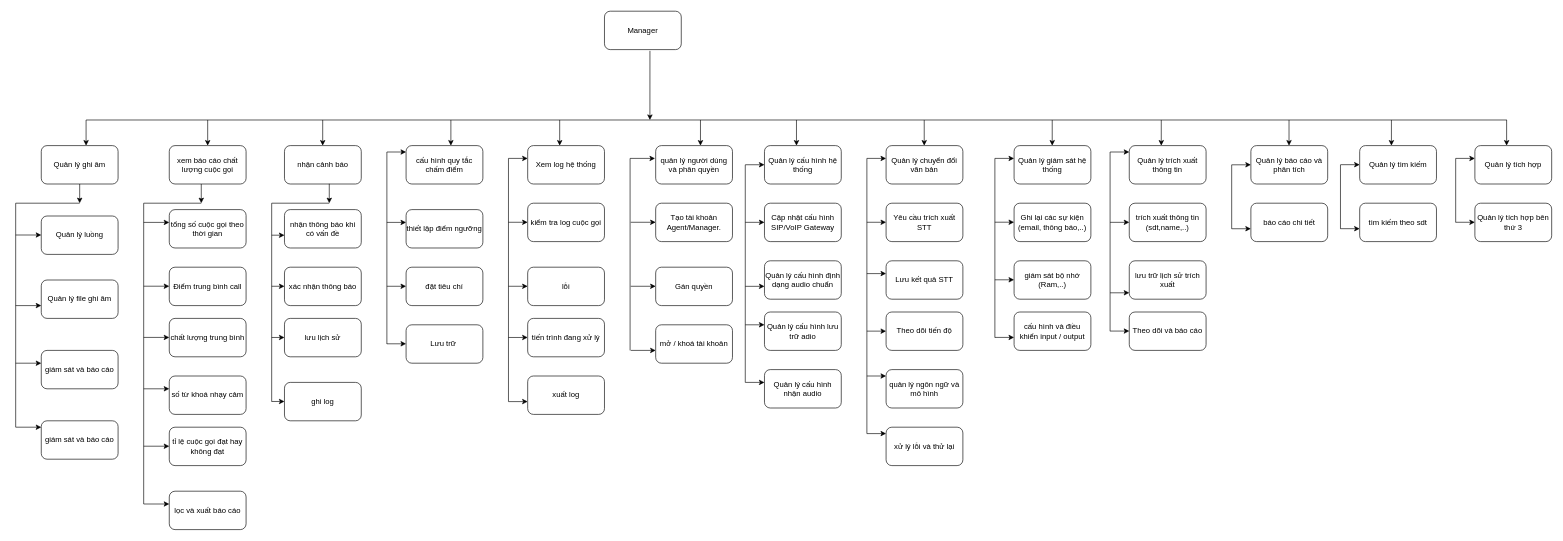
vuongnd03/black-had keeps this draw.io diagram as dactachucnangcalldesk.drawio. Above is the earlier version. Source tidied: cells renumbered, new cells numbered last; positions are measured from the earlier drawing's top-left corner, leaving out a move shared by most shapes. Both pictures are drawn from the tidied source at 64%, with x=0, y=0 at pixel (15, 11).
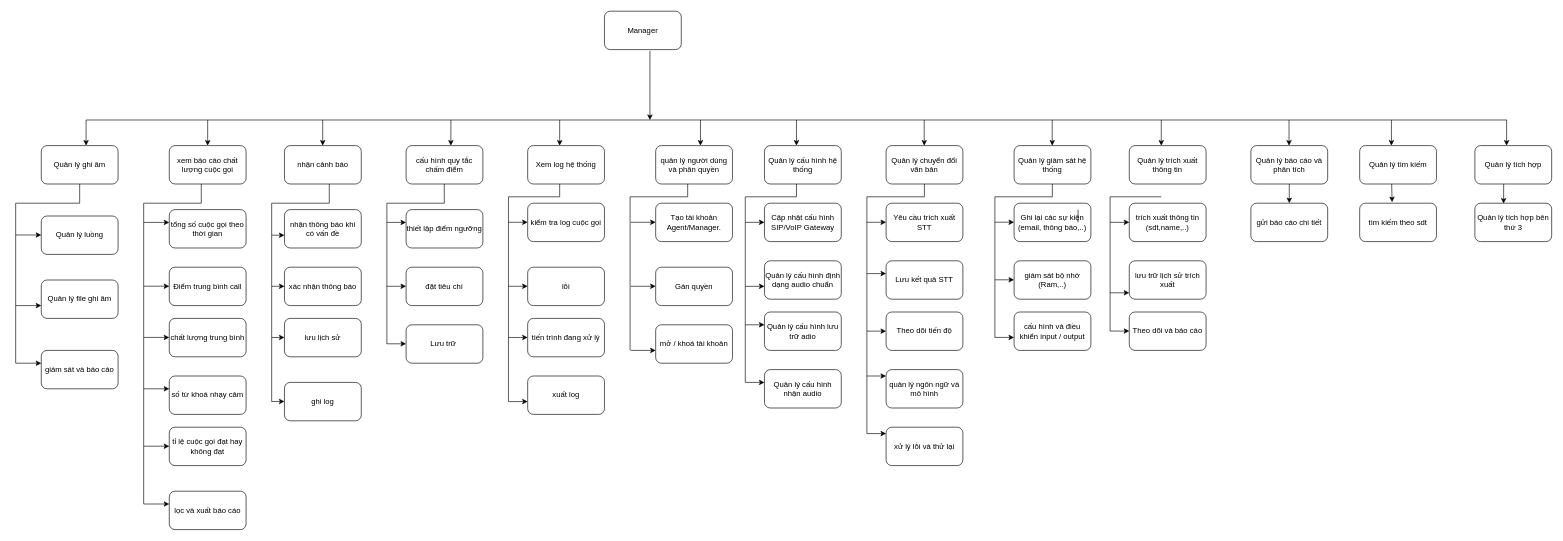
Above is the later version.

Unchanged cells that the change refers to:
```xml
<mxCell id="109" value="Quản lý ghi âm" style="rounded=1;whiteSpace=wrap;html=1;" parent="1" vertex="1">
  <mxGeometry x="40" y="210" width="120" height="60" as="geometry" />
</mxCell>
<mxCell id="127" value="tìm kiếm theo sdt" style="rounded=1;whiteSpace=wrap;html=1;" parent="1" vertex="1">
  <mxGeometry x="2100" y="300" width="120" height="60" as="geometry" />
</mxCell>
<mxCell id="130" value="Quản lý tích hợp bên thứ 3" style="rounded=1;whiteSpace=wrap;html=1;" parent="1" vertex="1">
  <mxGeometry x="2280" y="300" width="120" height="60" as="geometry" />
</mxCell>
```

The edit, as a diff of the source:
```diff
@@
-    <mxCell id="18" style="endArrow=classic;html=1;rounded=0;" parent="1" edge="1">
-      <mxGeometry relative="1" as="geometry">
-        <mxPoint x="290" y="270" as="sourcePoint" />
-        <mxPoint x="290" y="300" as="targetPoint" />
-      </mxGeometry>
-    </mxCell>
@@
-    <mxCell id="27" style="endArrow=classic;html=1;rounded=0;" parent="1" edge="1">
-      <mxGeometry relative="1" as="geometry">
-        <mxPoint x="490" y="269.7" as="sourcePoint" />
-        <mxPoint x="490" y="300" as="targetPoint" />
-      </mxGeometry>
-    </mxCell>
@@
     <mxCell id="36" style="endArrow=none;html=1;rounded=0;" parent="1" edge="1">
       <mxGeometry relative="1" as="geometry">
         <mxPoint x="580" y="520" as="sourcePoint" />
-        <mxPoint x="580" y="220" as="targetPoint" />
+        <mxPoint x="580" y="300" as="targetPoint" />
       </mxGeometry>
     </mxCell>
-    <mxCell id="37" style="endArrow=classic;html=1;rounded=0;" parent="1" edge="1">
-      <mxGeometry relative="1" as="geometry">
-        <mxPoint x="580" y="220" as="sourcePoint" />
-        <mxPoint x="610" y="220" as="targetPoint" />
-      </mxGeometry>
-    </mxCell>
@@
     <mxCell id="40" style="endArrow=none;html=1;rounded=0;" parent="1" edge="1">
       <mxGeometry relative="1" as="geometry">
         <mxPoint x="770" y="610" as="sourcePoint" />
-        <mxPoint x="770" y="230" as="targetPoint" />
+        <mxPoint x="770" y="290" as="targetPoint" />
       </mxGeometry>
     </mxCell>
-    <mxCell id="41" style="endArrow=classic;html=1;rounded=0;" parent="1" edge="1">
-      <mxGeometry relative="1" as="geometry">
-        <mxPoint x="770" y="230" as="sourcePoint" />
-        <mxPoint x="800" y="230" as="targetPoint" />
-      </mxGeometry>
-    </mxCell>
@@
     <mxCell id="55" style="endArrow=none;html=1;rounded=0;" parent="1" edge="1">
       <mxGeometry relative="1" as="geometry">
         <mxPoint x="960" y="530" as="sourcePoint" />
-        <mxPoint x="960" y="230" as="targetPoint" />
+        <mxPoint x="960" y="290" as="targetPoint" />
       </mxGeometry>
     </mxCell>
-    <mxCell id="56" style="endArrow=classic;html=1;rounded=0;" parent="1" edge="1">
-      <mxGeometry relative="1" as="geometry">
-        <mxPoint x="960" y="230" as="sourcePoint" />
-        <mxPoint x="999" y="230" as="targetPoint" />
-      </mxGeometry>
-    </mxCell>
@@
     <mxCell id="80" style="endArrow=none;html=1;rounded=0;" parent="1" edge="1">
       <mxGeometry relative="1" as="geometry">
         <mxPoint x="1140" y="580" as="sourcePoint" />
-        <mxPoint x="1140" y="240" as="targetPoint" />
+        <mxPoint x="1140" y="290" as="targetPoint" />
       </mxGeometry>
     </mxCell>
-    <mxCell id="81" style="endArrow=classic;html=1;rounded=0;entryX=0;entryY=0.667;entryDx=0;entryDy=0;entryPerimeter=0;" parent="1" edge="1">
-      <mxGeometry relative="1" as="geometry">
-        <mxPoint x="1140" y="239.9" as="sourcePoint" />
-        <mxPoint x="1170" y="239.9" as="targetPoint" />
-      </mxGeometry>
-    </mxCell>
@@
     <mxCell id="86" style="endArrow=none;html=1;rounded=0;" parent="1" edge="1">
       <mxGeometry relative="1" as="geometry">
         <mxPoint x="1330" y="660" as="sourcePoint" />
-        <mxPoint x="1330" y="230" as="targetPoint" />
+        <mxPoint x="1330" y="290" as="targetPoint" />
       </mxGeometry>
     </mxCell>
-    <mxCell id="87" style="endArrow=classic;html=1;rounded=0;entryX=0;entryY=0.667;entryDx=0;entryDy=0;entryPerimeter=0;" parent="1" edge="1">
-      <mxGeometry relative="1" as="geometry">
-        <mxPoint x="1330" y="230" as="sourcePoint" />
-        <mxPoint x="1360" y="230" as="targetPoint" />
-      </mxGeometry>
-    </mxCell>
@@
     <mxCell id="96" style="endArrow=none;html=1;rounded=0;" parent="1" edge="1">
       <mxGeometry relative="1" as="geometry">
         <mxPoint x="1530" y="510" as="sourcePoint" />
-        <mxPoint x="1530" y="230" as="targetPoint" />
+        <mxPoint x="1530" y="290" as="targetPoint" />
       </mxGeometry>
     </mxCell>
-    <mxCell id="97" style="endArrow=classic;html=1;rounded=0;entryX=0;entryY=0.667;entryDx=0;entryDy=0;entryPerimeter=0;" parent="1" edge="1">
-      <mxGeometry relative="1" as="geometry">
-        <mxPoint x="1530" y="230" as="sourcePoint" />
-        <mxPoint x="1560" y="230" as="targetPoint" />
-      </mxGeometry>
-    </mxCell>
@@
     <mxCell id="105" style="endArrow=none;html=1;rounded=0;" parent="1" edge="1">
       <mxGeometry relative="1" as="geometry">
         <mxPoint x="1710" y="500" as="sourcePoint" />
-        <mxPoint x="1710" y="220" as="targetPoint" />
+        <mxPoint x="1710" y="290" as="targetPoint" />
       </mxGeometry>
     </mxCell>
-    <mxCell id="106" style="endArrow=classic;html=1;rounded=0;entryX=0;entryY=0.667;entryDx=0;entryDy=0;entryPerimeter=0;" parent="1" edge="1">
-      <mxGeometry relative="1" as="geometry">
-        <mxPoint x="1710" y="220" as="sourcePoint" />
-        <mxPoint x="1740" y="220" as="targetPoint" />
-      </mxGeometry>
-    </mxCell>
@@
     <mxCell id="113" style="endArrow=none;html=1;rounded=0;" parent="1" edge="1">
       <mxGeometry relative="1" as="geometry">
-        <mxPoint y="650" as="sourcePoint" />
+        <mxPoint y="550" as="sourcePoint" />
         <mxPoint y="300" as="targetPoint" />
       </mxGeometry>
     </mxCell>
-    <mxCell id="114" style="endArrow=classic;html=1;rounded=0;exitX=0.5;exitY=1;exitDx=0;exitDy=0;" parent="1" edge="1" source="109">
-      <mxGeometry relative="1" as="geometry">
-        <mxPoint x="100" y="300" as="targetPoint" />
-      </mxGeometry>
-    </mxCell>
@@
-    <mxCell id="119" value="giám sát và báo cáo" style="rounded=1;whiteSpace=wrap;html=1;" parent="1" vertex="1">
-      <mxGeometry x="40" y="640" width="120" height="60" as="geometry" />
-    </mxCell>
-    <mxCell id="120" style="endArrow=classic;html=1;rounded=0;" parent="1" edge="1">
-      <mxGeometry relative="1" as="geometry">
-        <mxPoint y="650" as="sourcePoint" />
-        <mxPoint x="40" y="650" as="targetPoint" />
-      </mxGeometry>
-    </mxCell>
@@
-    <mxCell id="124" value="báo cáo chi tiết" style="rounded=1;whiteSpace=wrap;html=1;" parent="1" vertex="1">
+    <mxCell id="124" value="gửi báo cáo chi tiết" style="rounded=1;whiteSpace=wrap;html=1;" parent="1" vertex="1">
       <mxGeometry x="1930" y="300" width="120" height="60" as="geometry" />
     </mxCell>
@@
-    <mxCell id="132" style="endArrow=none;html=1;rounded=0;" parent="1" edge="1">
-      <mxGeometry relative="1" as="geometry">
-        <mxPoint x="1900" y="340" as="sourcePoint" />
-        <mxPoint x="1900" y="240" as="targetPoint" />
-      </mxGeometry>
-    </mxCell>
-    <mxCell id="133" style="endArrow=classic;html=1;rounded=0;" parent="1" edge="1">
+    <mxCell id="133" style="endArrow=classic;html=1;rounded=0;entryX=0.5;entryY=0;entryDx=0;entryDy=0;" parent="1" edge="1" target="124">
       <mxGeometry relative="1" as="geometry">
-        <mxPoint x="1900" y="240" as="sourcePoint" />
-        <mxPoint x="1930" y="240" as="targetPoint" />
+        <mxPoint x="1990" y="270" as="sourcePoint" />
       </mxGeometry>
     </mxCell>
-    <mxCell id="134" style="endArrow=classic;html=1;rounded=0;" parent="1" edge="1">
-      <mxGeometry relative="1" as="geometry">
-        <mxPoint x="1900" y="339.9" as="sourcePoint" />
-        <mxPoint x="1930" y="339.9" as="targetPoint" />
-      </mxGeometry>
-    </mxCell>
-    <mxCell id="135" style="endArrow=none;html=1;rounded=0;" parent="1" edge="1">
-      <mxGeometry relative="1" as="geometry">
-        <mxPoint x="2070" y="340" as="sourcePoint" />
-        <mxPoint x="2070" y="240" as="targetPoint" />
-      </mxGeometry>
-    </mxCell>
-    <mxCell id="136" style="endArrow=classic;html=1;rounded=0;" parent="1" edge="1">
+    <mxCell id="136" style="endArrow=classic;html=1;rounded=0;entryX=0.422;entryY=-0.028;entryDx=0;entryDy=0;entryPerimeter=0;" parent="1" edge="1" target="127">
       <mxGeometry relative="1" as="geometry">
-        <mxPoint x="2070" y="239.8" as="sourcePoint" />
-        <mxPoint x="2100" y="239.8" as="targetPoint" />
+        <mxPoint x="2150" y="270" as="sourcePoint" />
       </mxGeometry>
     </mxCell>
-    <mxCell id="137" style="endArrow=classic;html=1;rounded=0;" parent="1" edge="1">
-      <mxGeometry relative="1" as="geometry">
-        <mxPoint x="2070" y="339.8" as="sourcePoint" />
-        <mxPoint x="2100" y="339.8" as="targetPoint" />
-      </mxGeometry>
-    </mxCell>
-    <mxCell id="138" style="endArrow=none;html=1;rounded=0;" parent="1" edge="1">
-      <mxGeometry relative="1" as="geometry">
-        <mxPoint x="2250" y="330" as="sourcePoint" />
-        <mxPoint x="2250" y="230" as="targetPoint" />
-      </mxGeometry>
-    </mxCell>
-    <mxCell id="139" style="endArrow=classic;html=1;rounded=0;" parent="1" edge="1">
+    <mxCell id="139" style="endArrow=classic;html=1;rounded=0;entryX=0.374;entryY=0.01;entryDx=0;entryDy=0;entryPerimeter=0;" parent="1" edge="1" target="130">
       <mxGeometry relative="1" as="geometry">
-        <mxPoint x="2250" y="230" as="sourcePoint" />
-        <mxPoint x="2280" y="230" as="targetPoint" />
+        <mxPoint x="2325" y="270" as="sourcePoint" />
       </mxGeometry>
     </mxCell>
-    <mxCell id="140" style="endArrow=classic;html=1;rounded=0;" parent="1" edge="1">
-      <mxGeometry relative="1" as="geometry">
-        <mxPoint x="2250" y="329.8" as="sourcePoint" />
-        <mxPoint x="2280" y="329.8" as="targetPoint" />
-      </mxGeometry>
-    </mxCell>
@@
+    <mxCell id="144" style="endArrow=none;html=1;rounded=0;" parent="1" edge="1">
+      <mxGeometry relative="1" as="geometry">
+        <mxPoint x="580" y="300" as="sourcePoint" />
+        <mxPoint x="670" y="300" as="targetPoint" />
+      </mxGeometry>
+    </mxCell>
+    <mxCell id="145" style="endArrow=none;html=1;rounded=0;" parent="1" edge="1">
+      <mxGeometry relative="1" as="geometry">
+        <mxPoint x="770" y="290" as="sourcePoint" />
+        <mxPoint x="850" y="290" as="targetPoint" />
+      </mxGeometry>
+    </mxCell>
+    <mxCell id="146" style="endArrow=none;html=1;rounded=0;" parent="1" edge="1">
+      <mxGeometry relative="1" as="geometry">
+        <mxPoint x="960" y="290" as="sourcePoint" />
+        <mxPoint x="1050" y="290" as="targetPoint" />
+      </mxGeometry>
+    </mxCell>
+    <mxCell id="147" style="endArrow=none;html=1;rounded=0;" parent="1" edge="1">
+      <mxGeometry relative="1" as="geometry">
+        <mxPoint x="1140" y="290" as="sourcePoint" />
+        <mxPoint x="1220" y="290" as="targetPoint" />
+      </mxGeometry>
+    </mxCell>
+    <mxCell id="148" style="endArrow=none;html=1;rounded=0;" parent="1" edge="1">
+      <mxGeometry relative="1" as="geometry">
+        <mxPoint x="1330" y="290" as="sourcePoint" />
+        <mxPoint x="1420" y="290" as="targetPoint" />
+      </mxGeometry>
+    </mxCell>
+    <mxCell id="149" style="endArrow=none;html=1;rounded=0;" parent="1" edge="1">
+      <mxGeometry relative="1" as="geometry">
+        <mxPoint x="1530" y="290" as="sourcePoint" />
+        <mxPoint x="1620" y="290" as="targetPoint" />
+      </mxGeometry>
+    </mxCell>
+    <mxCell id="150" style="endArrow=none;html=1;rounded=0;" parent="1" edge="1">
+      <mxGeometry relative="1" as="geometry">
+        <mxPoint x="1710" y="290" as="sourcePoint" />
+        <mxPoint x="1790" y="290" as="targetPoint" />
+      </mxGeometry>
+    </mxCell>
+    <mxCell id="151" style="endArrow=none;html=1;rounded=0;" parent="1" edge="1">
+      <mxGeometry relative="1" as="geometry">
+        <mxPoint x="100" y="300" as="sourcePoint" />
+        <mxPoint x="100" y="270" as="targetPoint" />
+      </mxGeometry>
+    </mxCell>
+    <mxCell id="152" style="endArrow=none;html=1;rounded=0;" parent="1" edge="1">
+      <mxGeometry relative="1" as="geometry">
+        <mxPoint x="290" y="300" as="sourcePoint" />
+        <mxPoint x="290" y="270" as="targetPoint" />
+      </mxGeometry>
+    </mxCell>
+    <mxCell id="153" style="endArrow=none;html=1;rounded=0;" parent="1" edge="1">
+      <mxGeometry relative="1" as="geometry">
+        <mxPoint x="490" y="300" as="sourcePoint" />
+        <mxPoint x="490" y="270" as="targetPoint" />
+      </mxGeometry>
+    </mxCell>
+    <mxCell id="154" style="endArrow=none;html=1;rounded=0;" parent="1" edge="1">
+      <mxGeometry relative="1" as="geometry">
+        <mxPoint x="669.7" y="300" as="sourcePoint" />
+        <mxPoint x="669.7" y="270" as="targetPoint" />
+      </mxGeometry>
+    </mxCell>
+    <mxCell id="155" style="endArrow=none;html=1;rounded=0;" parent="1" edge="1">
+      <mxGeometry relative="1" as="geometry">
+        <mxPoint x="850" y="290" as="sourcePoint" />
+        <mxPoint x="850" y="270" as="targetPoint" />
+      </mxGeometry>
+    </mxCell>
+    <mxCell id="156" style="endArrow=none;html=1;rounded=0;" parent="1" edge="1">
+      <mxGeometry relative="1" as="geometry">
+        <mxPoint x="1050" y="290" as="sourcePoint" />
+        <mxPoint x="1050" y="270" as="targetPoint" />
+      </mxGeometry>
+    </mxCell>
+    <mxCell id="157" style="endArrow=none;html=1;rounded=0;" parent="1" edge="1">
+      <mxGeometry relative="1" as="geometry">
+        <mxPoint x="1220" y="290" as="sourcePoint" />
+        <mxPoint x="1220" y="270" as="targetPoint" />
+      </mxGeometry>
+    </mxCell>
+    <mxCell id="158" style="endArrow=none;html=1;rounded=0;" parent="1" edge="1">
+      <mxGeometry relative="1" as="geometry">
+        <mxPoint x="1419.9" y="290" as="sourcePoint" />
+        <mxPoint x="1419.9" y="270" as="targetPoint" />
+      </mxGeometry>
+    </mxCell>
+    <mxCell id="159" style="endArrow=none;html=1;rounded=0;" parent="1" edge="1">
+      <mxGeometry relative="1" as="geometry">
+        <mxPoint x="1619.8" y="290" as="sourcePoint" />
+        <mxPoint x="1619.8" y="270" as="targetPoint" />
+      </mxGeometry>
+    </mxCell>
+    <mxCell id="160" style="endArrow=none;html=1;rounded=0;" parent="1" edge="1">
+      <mxGeometry relative="1" as="geometry">
+        <mxPoint x="1660" y="330" as="sourcePoint" />
+        <mxPoint x="1660" y="310" as="targetPoint" />
+      </mxGeometry>
+    </mxCell>
```
